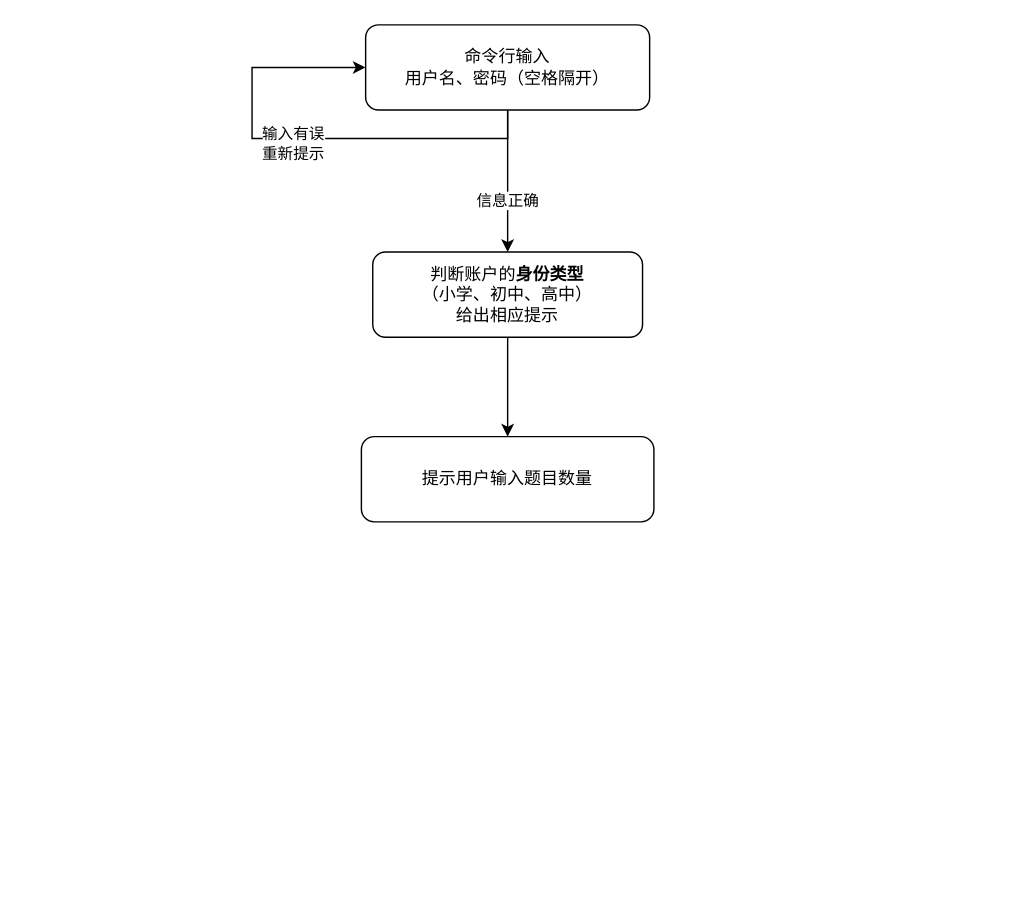
The draw.io diagram 个人项目分析.drawio in bankarian/pics, before the edit. Source tidied: cells renumbered, new cells numbered last; positions are measured from the earlier drawing's top-left corner, leaving out a move shared by most shapes. Both pictures are drawn from the tidied source at 142%, with x=0, y=0 at pixel (251, 24).
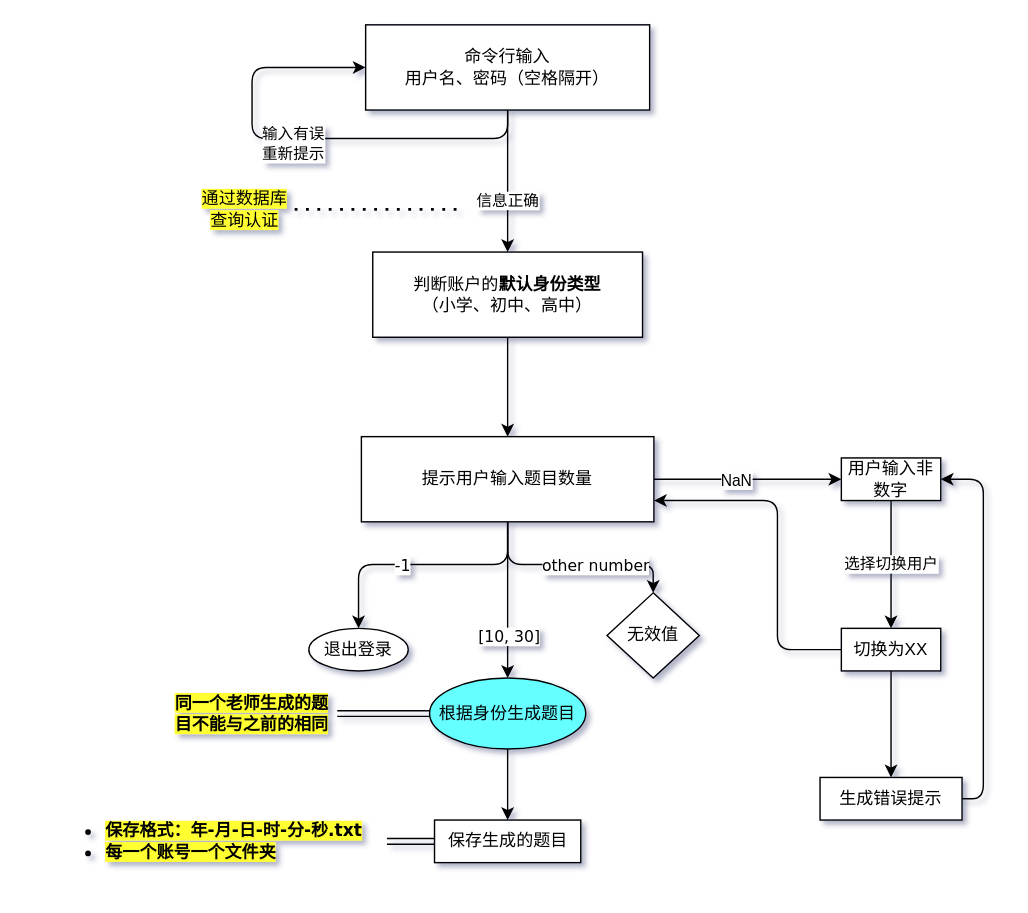
After the change.

Commit message:
Update 个人项目分析.drawio

Diff of the diagram source:
```diff
@@
-<mxGraphModel>
+<mxGraphModel shadow="1">
@@
-    <mxCell id="2" style="edgeStyle=orthogonalEdgeStyle;rounded=0;jettySize=auto;html=1;" parent="1" edge="1" source="4" target="8">
+    <mxCell id="2" style="edgeStyle=orthogonalEdgeStyle;jettySize=auto;html=1;fontFamily=Verdana;" parent="1" edge="1" source="4" target="8">
       <mxGeometry relative="1" as="geometry" />
     </mxCell>
-    <mxCell id="3" value="信息正确" style="edgeLabel;html=1;align=center;verticalAlign=middle;" parent="2" vertex="1">
+    <mxCell id="3" value="信息正确" style="edgeLabel;html=1;align=center;verticalAlign=middle;fontFamily=Verdana;" parent="2" vertex="1">
       <mxGeometry x="0.26" y="-1" relative="1" as="geometry" />
     </mxCell>
-    <mxCell id="4" value="命令行输入&lt;br&gt;用户名、密码（空格隔开）" style="rounded=1;whiteSpace=wrap;html=1;" parent="1" vertex="1">
+    <mxCell id="4" value="命令行输入&lt;br&gt;用户名、密码（空格隔开）" style="whiteSpace=wrap;html=1;fontFamily=Verdana;" parent="1" vertex="1">
       <mxGeometry x="80" width="200" height="60" as="geometry" />
     </mxCell>
-    <mxCell id="5" style="edgeStyle=orthogonalEdgeStyle;rounded=0;orthogonalLoop=1;jettySize=auto;html=1;entryX=0;entryY=0.5;entryDx=0;entryDy=0;" parent="1" edge="1" source="4" target="4">
+    <mxCell id="5" style="edgeStyle=orthogonalEdgeStyle;orthogonalLoop=1;jettySize=auto;html=1;entryX=0;entryY=0.5;entryDx=0;entryDy=0;fontFamily=Verdana;" parent="1" edge="1" source="4" target="4">
       <mxGeometry relative="1" as="geometry">
         <Array as="points">
           <mxPoint x="180" y="80" />
           <mxPoint y="80" />
           <mxPoint y="30" />
         </Array>
       </mxGeometry>
     </mxCell>
-    <mxCell id="6" value="输入有误&lt;br&gt;重新提示" style="edgeLabel;html=1;align=center;verticalAlign=middle;" parent="5" vertex="1">
+    <mxCell id="6" value="输入有误&lt;br&gt;重新提示" style="edgeLabel;html=1;align=center;verticalAlign=middle;fontFamily=Verdana;" parent="5" vertex="1">
       <mxGeometry x="0.04" y="3" relative="1" as="geometry" />
     </mxCell>
-    <mxCell id="7" style="edgeStyle=orthogonalEdgeStyle;rounded=0;jettySize=auto;html=1;" parent="1" edge="1" source="8" target="9">
+    <mxCell id="7" style="edgeStyle=orthogonalEdgeStyle;curved=0;rounded=1;sketch=0;jettySize=auto;html=1;entryX=0.5;entryY=0;entryDx=0;entryDy=0;" parent="1" edge="1" source="8" target="9">
       <mxGeometry relative="1" as="geometry" />
     </mxCell>
-    <mxCell id="8" value="判断账户的&lt;b&gt;身份类型&lt;/b&gt;&lt;br&gt;（小学、初中、高中）&lt;br&gt;给出相应提示" style="rounded=1;whiteSpace=wrap;html=1;" parent="1" vertex="1">
+    <mxCell id="8" value="判断账户的&lt;b&gt;默认身份类型&lt;/b&gt;&lt;br&gt;（小学、初中、高中）&lt;br&gt;" style="whiteSpace=wrap;html=1;fontFamily=Verdana;" parent="1" vertex="1">
       <mxGeometry x="85" y="160" width="190" height="60" as="geometry" />
     </mxCell>
+    <mxCell id="10" style="edgeStyle=orthogonalEdgeStyle;jettySize=auto;html=1;fontFamily=Verdana;" parent="1" edge="1" source="9" target="20">
+      <mxGeometry relative="1" as="geometry" />
+    </mxCell>
+    <mxCell id="11" value="[10, 30]" style="edgeLabel;html=1;align=center;verticalAlign=middle;fontFamily=Verdana;" parent="10" vertex="1">
+      <mxGeometry x="0.25" y="2" relative="1" as="geometry">
+        <mxPoint x="-2" y="11" as="offset" />
+      </mxGeometry>
+    </mxCell>
+    <mxCell id="12" style="edgeStyle=orthogonalEdgeStyle;jettySize=auto;html=1;entryX=0.5;entryY=0;entryDx=0;entryDy=0;fontFamily=Verdana;" parent="1" edge="1" source="9" target="21">
+      <mxGeometry relative="1" as="geometry">
+        <Array as="points">
+          <mxPoint x="180" y="380" />
+          <mxPoint x="75" y="380" />
+        </Array>
+      </mxGeometry>
+    </mxCell>
+    <mxCell id="13" value="-1" style="edgeLabel;html=1;align=center;verticalAlign=middle;fontFamily=Verdana;" parent="12" vertex="1">
+      <mxGeometry x="0.14" y="-4" relative="1" as="geometry">
+        <mxPoint x="-2" y="4" as="offset" />
+      </mxGeometry>
+    </mxCell>
+    <mxCell id="14" style="edgeStyle=orthogonalEdgeStyle;jettySize=auto;html=1;entryX=0.5;entryY=0;entryDx=0;entryDy=0;fontFamily=Verdana;" parent="1" edge="1" source="9" target="22">
+      <mxGeometry relative="1" as="geometry">
+        <Array as="points">
+          <mxPoint x="180" y="380" />
+          <mxPoint x="283" y="380" />
+        </Array>
+      </mxGeometry>
+    </mxCell>
+    <mxCell id="15" value="other number" style="edgeLabel;html=1;align=center;verticalAlign=middle;fontFamily=Verdana;" parent="14" vertex="1">
+      <mxGeometry x="0.19" relative="1" as="geometry" />
+    </mxCell>
+    <mxCell id="16" style="edgeStyle=orthogonalEdgeStyle;curved=0;rounded=1;sketch=0;jettySize=auto;html=1;entryX=0;entryY=0.5;entryDx=0;entryDy=0;" parent="1" edge="1" source="9" target="31">
+      <mxGeometry relative="1" as="geometry" />
+    </mxCell>
+    <mxCell id="17" value="NaN" style="edgeLabel;html=1;align=center;verticalAlign=middle;" parent="16" vertex="1">
+      <mxGeometry x="-0.2" y="1" relative="1" as="geometry">
+        <mxPoint x="4" y="1" as="offset" />
+      </mxGeometry>
+    </mxCell>
-    <mxCell id="9" value="提示用户输入题目数量" style="rounded=1;whiteSpace=wrap;html=1;" parent="1" vertex="1">
+    <mxCell id="9" value="提示用户输入题目数量" style="whiteSpace=wrap;html=1;fontFamily=Verdana;" parent="1" vertex="1">
       <mxGeometry x="77" y="290" width="206" height="60" as="geometry" />
     </mxCell>
+    <mxCell id="18" style="edgeStyle=orthogonalEdgeStyle;jettySize=auto;html=1;shape=link;fontFamily=Verdana;" parent="1" edge="1" source="20" target="23">
+      <mxGeometry relative="1" as="geometry" />
+    </mxCell>
+    <mxCell id="19" style="edgeStyle=orthogonalEdgeStyle;jettySize=auto;html=1;entryX=0.5;entryY=0;entryDx=0;entryDy=0;fontFamily=Verdana;" parent="1" edge="1" source="20" target="25">
+      <mxGeometry relative="1" as="geometry" />
+    </mxCell>
+    <mxCell id="20" value="根据身份生成题目" style="ellipse;whiteSpace=wrap;html=1;fontFamily=Verdana;fillColor=#66FFFF;" parent="1" vertex="1">
+      <mxGeometry x="125" y="460" width="110" height="50" as="geometry" />
+    </mxCell>
+    <mxCell id="21" value="退出登录" style="ellipse;whiteSpace=wrap;html=1;fontFamily=Verdana;" parent="1" vertex="1">
+      <mxGeometry x="40" y="425" width="70" height="30" as="geometry" />
+    </mxCell>
+    <mxCell id="22" value="无效值" style="rhombus;whiteSpace=wrap;html=1;fontFamily=Verdana;" parent="1" vertex="1">
+      <mxGeometry x="250" y="400" width="65" height="60" as="geometry" />
+    </mxCell>
+    <mxCell id="23" value="&lt;b style=&quot;background-color: rgb(255 , 255 , 51)&quot;&gt;同一个老师生成的题目不能与之前的相同&lt;/b&gt;" style="text;html=1;strokeColor=none;fillColor=none;align=center;verticalAlign=middle;whiteSpace=wrap;fontFamily=Verdana;" parent="1" vertex="1">
+      <mxGeometry x="-60" y="475" width="120" height="20" as="geometry" />
+    </mxCell>
+    <mxCell id="24" style="edgeStyle=orthogonalEdgeStyle;jettySize=auto;html=1;shape=link;fontFamily=Verdana;entryX=1;entryY=0.5;entryDx=0;entryDy=0;" parent="1" edge="1" source="25" target="26">
+      <mxGeometry relative="1" as="geometry" />
+    </mxCell>
+    <mxCell id="25" value="保存生成的题目" style="whiteSpace=wrap;html=1;fontFamily=Verdana;" parent="1" vertex="1">
+      <mxGeometry x="128.5" y="560" width="103" height="30" as="geometry" />
+    </mxCell>
+    <mxCell id="26" value="&lt;ul&gt;&lt;li style=&quot;text-align: left&quot;&gt;&lt;span style=&quot;background-color: rgb(255 , 255 , 51)&quot;&gt;&lt;b&gt;保存格式：年-月-日-时-分-秒.txt&lt;/b&gt;&lt;/span&gt;&lt;/li&gt;&lt;li style=&quot;text-align: left&quot;&gt;&lt;span style=&quot;background-color: rgb(255 , 255 , 51)&quot;&gt;&lt;b&gt;每一个账号一个文件夹&lt;/b&gt;&lt;/span&gt;&lt;/li&gt;&lt;/ul&gt;" style="text;html=1;strokeColor=none;fillColor=none;align=center;verticalAlign=middle;whiteSpace=wrap;fontFamily=Verdana;" parent="1" vertex="1">
+      <mxGeometry x="-160" y="547.5" width="255" height="55" as="geometry" />
+    </mxCell>
+    <mxCell id="27" style="edgeStyle=orthogonalEdgeStyle;curved=0;rounded=1;sketch=0;jettySize=auto;html=1;" parent="1" edge="1" source="29" target="33">
+      <mxGeometry relative="1" as="geometry" />
+    </mxCell>
+    <mxCell id="28" style="edgeStyle=orthogonalEdgeStyle;curved=0;rounded=1;sketch=0;jettySize=auto;html=1;entryX=1;entryY=0.75;entryDx=0;entryDy=0;" parent="1" edge="1" source="29" target="9">
+      <mxGeometry relative="1" as="geometry">
+        <Array as="points">
+          <mxPoint x="370" y="440" />
+          <mxPoint x="370" y="335" />
+        </Array>
+      </mxGeometry>
+    </mxCell>
+    <mxCell id="29" value="切换为XX" style="rounded=0;whiteSpace=wrap;html=1;sketch=0;" parent="1" vertex="1">
+      <mxGeometry x="415" y="425" width="70" height="30" as="geometry" />
+    </mxCell>
+    <mxCell id="30" value="选择切换用户" style="edgeStyle=orthogonalEdgeStyle;curved=0;rounded=1;sketch=0;jettySize=auto;html=1;entryX=0.5;entryY=0;entryDx=0;entryDy=0;" parent="1" edge="1" source="31" target="29">
+      <mxGeometry relative="1" as="geometry" />
+    </mxCell>
+    <mxCell id="31" value="用户输入非数字" style="rounded=0;whiteSpace=wrap;html=1;sketch=0;" parent="1" vertex="1">
+      <mxGeometry x="415" y="305" width="70" height="30" as="geometry" />
+    </mxCell>
+    <mxCell id="32" style="edgeStyle=orthogonalEdgeStyle;curved=0;rounded=1;sketch=0;jettySize=auto;html=1;entryX=1;entryY=0.5;entryDx=0;entryDy=0;" parent="1" edge="1" source="33" target="31">
+      <mxGeometry relative="1" as="geometry">
+        <Array as="points">
+          <mxPoint x="515" y="545" />
+          <mxPoint x="515" y="320" />
+        </Array>
+      </mxGeometry>
+    </mxCell>
+    <mxCell id="33" value="生成错误提示" style="rounded=0;whiteSpace=wrap;html=1;sketch=0;" parent="1" vertex="1">
+      <mxGeometry x="400" y="530" width="100" height="30" as="geometry" />
+    </mxCell>
+    <mxCell id="34" value="&lt;span style=&quot;background-color: rgb(255 , 255 , 51)&quot;&gt;通过数据库查询认证&lt;/span&gt;" style="text;html=1;strokeColor=none;fillColor=none;align=center;verticalAlign=middle;whiteSpace=wrap;rounded=0;sketch=0;" parent="1" vertex="1">
+      <mxGeometry x="-40" y="120" width="70" height="20" as="geometry" />
+    </mxCell>
+    <mxCell id="35" style="endArrow=none;dashed=1;html=1;dashPattern=1 3;strokeWidth=2;exitX=1;exitY=0.5;exitDx=0;exitDy=0;" parent="1" edge="1" source="34">
+      <mxGeometry relative="1" as="geometry">
+        <mxPoint x="150" y="130" as="targetPoint" />
+      </mxGeometry>
+    </mxCell>
```
